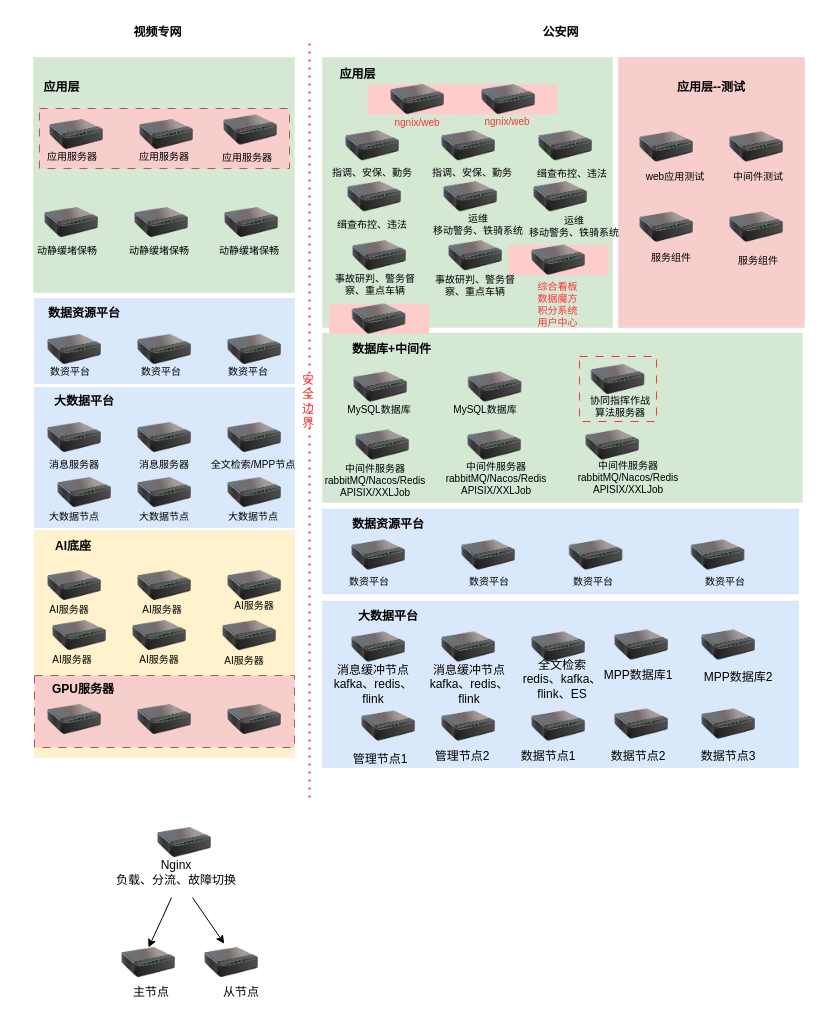
This is page "服务器规划" (1 of 5) of 20230326.drawio from bj-ehualu/drawio, a draw.io file, before an edit. Source tidied: cells renumbered, new cells numbered last; positions are measured from the earlier drawing's top-left corner, leaving out a move shared by most shapes. Both pictures are drawn from the tidied source at 100%, with x=0, y=0 at pixel (17, 17).
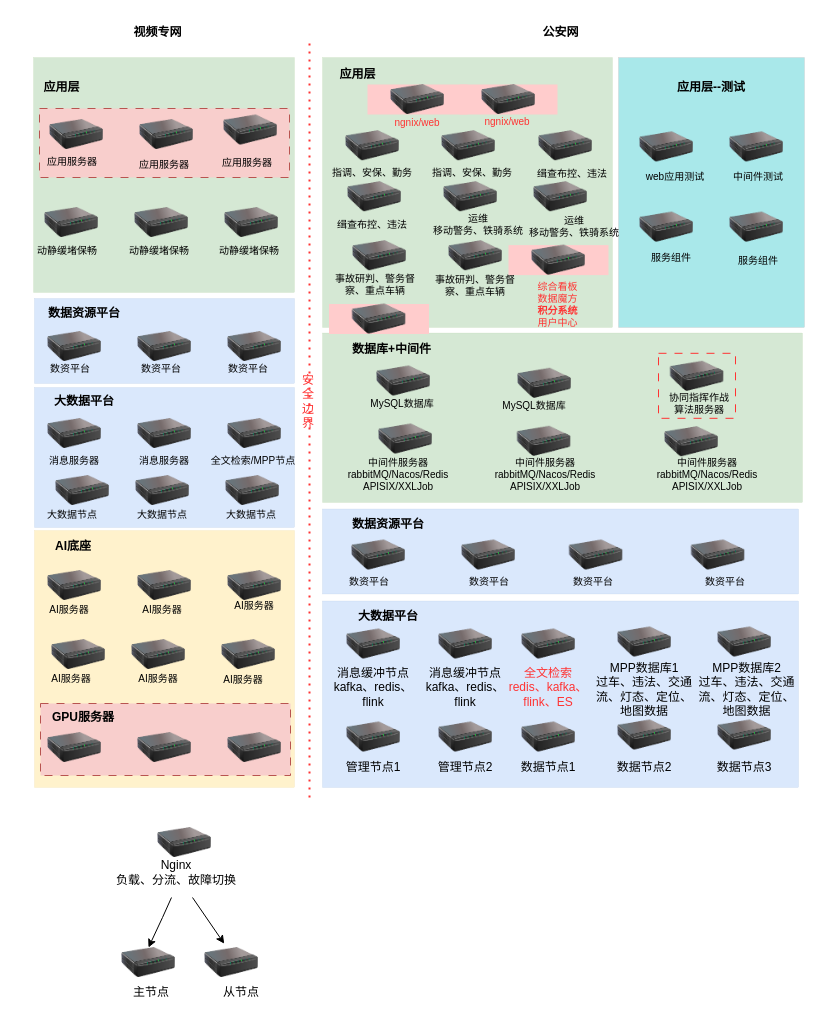
The same diagram, later.

What changed in the source:
```diff
@@
     <mxCell id="2" style="rounded=0;whiteSpace=wrap;html=1;fillColor=#fff2cc;strokeColor=#d6b656;strokeWidth=0;" parent="1" vertex="1">
-      <mxGeometry x="17" y="513" width="260" height="227" as="geometry" />
+      <mxGeometry x="17" y="513" width="260" height="257" as="geometry" />
     </mxCell>
@@
     <mxCell id="4" style="rounded=0;whiteSpace=wrap;html=1;dashed=1;dashPattern=8 8;strokeColor=#b85450;fillColor=#f8cecc;" parent="1" vertex="1">
-      <mxGeometry x="22" y="91" width="250" height="60" as="geometry" />
+      <mxGeometry x="22" y="91" width="250" height="69" as="geometry" />
     </mxCell>
     <mxCell id="5" style="rounded=0;whiteSpace=wrap;html=1;dashed=1;dashPattern=8 8;strokeColor=#b85450;fillColor=#f8cecc;" parent="1" vertex="1">
-      <mxGeometry x="17" y="658" width="260" height="72" as="geometry" />
+      <mxGeometry x="23" y="686" width="250" height="72" as="geometry" />
     </mxCell>
@@
     <mxCell id="9" style="image;html=1;image=img/lib/clip_art/networking/Print_Server_128x128.png;" parent="1" vertex="1">
-      <mxGeometry x="7" y="405" width="100" height="30" as="geometry" />
+      <mxGeometry x="7" y="401" width="100" height="30" as="geometry" />
     </mxCell>
     <mxCell id="10" style="image;html=1;image=img/lib/clip_art/networking/Print_Server_128x128.png;" parent="1" vertex="1">
-      <mxGeometry x="97" y="405" width="100" height="30" as="geometry" />
+      <mxGeometry x="97" y="401" width="100" height="30" as="geometry" />
     </mxCell>
     <mxCell id="11" style="image;html=1;image=img/lib/clip_art/networking/Print_Server_128x128.png;" parent="1" vertex="1">
-      <mxGeometry x="187" y="405" width="100" height="30" as="geometry" />
+      <mxGeometry x="187" y="401" width="100" height="30" as="geometry" />
     </mxCell>
     <mxCell id="12" style="image;html=1;image=img/lib/clip_art/networking/Print_Server_128x128.png;" parent="1" vertex="1">
-      <mxGeometry x="17" y="460" width="100" height="30" as="geometry" />
+      <mxGeometry x="15" y="458" width="100" height="30" as="geometry" />
     </mxCell>
     <mxCell id="13" style="image;html=1;image=img/lib/clip_art/networking/Print_Server_128x128.png;" parent="1" vertex="1">
-      <mxGeometry x="97" y="460" width="100" height="30" as="geometry" />
+      <mxGeometry x="95" y="458" width="100" height="30" as="geometry" />
     </mxCell>
     <mxCell id="14" style="image;html=1;image=img/lib/clip_art/networking/Print_Server_128x128.png;" parent="1" vertex="1">
-      <mxGeometry x="187" y="460" width="100" height="30" as="geometry" />
+      <mxGeometry x="185" y="458" width="100" height="30" as="geometry" />
     </mxCell>
@@
     <mxCell id="17" style="image;html=1;image=img/lib/clip_art/networking/Print_Server_128x128.png;" parent="1" vertex="1">
-      <mxGeometry x="7" y="317" width="100" height="30" as="geometry" />
+      <mxGeometry x="7" y="314" width="100" height="30" as="geometry" />
     </mxCell>
     <mxCell id="18" style="image;html=1;image=img/lib/clip_art/networking/Print_Server_128x128.png;" parent="1" vertex="1">
-      <mxGeometry x="97" y="317" width="100" height="30" as="geometry" />
+      <mxGeometry x="97" y="314" width="100" height="30" as="geometry" />
     </mxCell>
     <mxCell id="19" style="image;html=1;image=img/lib/clip_art/networking/Print_Server_128x128.png;" parent="1" vertex="1">
-      <mxGeometry x="187" y="317" width="100" height="30" as="geometry" />
+      <mxGeometry x="187" y="314" width="100" height="30" as="geometry" />
     </mxCell>
@@
     <mxCell id="24" style="image;html=1;image=img/lib/clip_art/networking/Print_Server_128x128.png;fillColor=#fff2cc;strokeColor=#d6b656;" parent="1" vertex="1">
-      <mxGeometry x="12" y="603" width="100" height="30" as="geometry" />
+      <mxGeometry x="11" y="622" width="100" height="30" as="geometry" />
     </mxCell>
     <mxCell id="25" style="image;html=1;image=img/lib/clip_art/networking/Print_Server_128x128.png;fillColor=#fff2cc;strokeColor=#d6b656;" parent="1" vertex="1">
-      <mxGeometry x="92" y="603" width="100" height="30" as="geometry" />
+      <mxGeometry x="91" y="622" width="100" height="30" as="geometry" />
     </mxCell>
     <mxCell id="26" style="image;html=1;image=img/lib/clip_art/networking/Print_Server_128x128.png;fillColor=#fff2cc;strokeColor=#d6b656;" parent="1" vertex="1">
-      <mxGeometry x="182" y="603" width="100" height="30" as="geometry" />
+      <mxGeometry x="181" y="622" width="100" height="30" as="geometry" />
     </mxCell>
@@
     <mxCell id="28" style="image;html=1;image=img/lib/clip_art/networking/Print_Server_128x128.png;fillColor=#fff2cc;strokeColor=#d6b656;" parent="1" vertex="1">
-      <mxGeometry x="7" y="687" width="100" height="30" as="geometry" />
+      <mxGeometry x="7" y="715" width="100" height="30" as="geometry" />
     </mxCell>
     <mxCell id="29" style="image;html=1;image=img/lib/clip_art/networking/Print_Server_128x128.png;fillColor=#fff2cc;strokeColor=#d6b656;" parent="1" vertex="1">
-      <mxGeometry x="97" y="687" width="100" height="30" as="geometry" />
+      <mxGeometry x="97" y="715" width="100" height="30" as="geometry" />
     </mxCell>
     <mxCell id="30" style="image;html=1;image=img/lib/clip_art/networking/Print_Server_128x128.png;fillColor=#fff2cc;strokeColor=#d6b656;" parent="1" vertex="1">
-      <mxGeometry x="187" y="687" width="100" height="30" as="geometry" />
+      <mxGeometry x="187" y="715" width="100" height="30" as="geometry" />
     </mxCell>
     <mxCell id="31" value="GPU服务器" style="text;html=1;align=center;verticalAlign=middle;whiteSpace=wrap;rounded=0;fillColor=none;strokeColor=none;strokeWidth=0;fontStyle=1;" parent="1" vertex="1">
-      <mxGeometry x="16" y="657" width="100" height="30" as="geometry" />
+      <mxGeometry x="16" y="685" width="100" height="30" as="geometry" />
     </mxCell>
     <mxCell id="32" style="rounded=0;whiteSpace=wrap;html=1;fillColor=#dae8fc;strokeColor=#6c8ebf;strokeWidth=0;" parent="1" vertex="1">
-      <mxGeometry x="305" y="583.5" width="476" height="166.5" as="geometry" />
+      <mxGeometry x="305" y="583.5" width="476" height="186.5" as="geometry" />
     </mxCell>
     <mxCell id="33" style="image;html=1;image=img/lib/clip_art/networking/Print_Server_128x128.png;" parent="1" vertex="1">
-      <mxGeometry x="311" y="614.5" width="100" height="30" as="geometry" />
+      <mxGeometry x="306" y="611.5" width="100" height="30" as="geometry" />
     </mxCell>
     <mxCell id="34" style="image;html=1;image=img/lib/clip_art/networking/Print_Server_128x128.png;" parent="1" vertex="1">
-      <mxGeometry x="401" y="614.5" width="100" height="30" as="geometry" />
+      <mxGeometry x="398" y="611.5" width="100" height="30" as="geometry" />
     </mxCell>
     <mxCell id="35" style="image;html=1;image=img/lib/clip_art/networking/Print_Server_128x128.png;" parent="1" vertex="1">
-      <mxGeometry x="491" y="614.5" width="100" height="30" as="geometry" />
+      <mxGeometry x="481" y="611.5" width="100" height="30" as="geometry" />
     </mxCell>
     <mxCell id="36" style="image;html=1;image=img/lib/clip_art/networking/Print_Server_128x128.png;" parent="1" vertex="1">
-      <mxGeometry x="321" y="693.5" width="100" height="30" as="geometry" />
+      <mxGeometry x="306" y="704.5" width="100" height="30" as="geometry" />
     </mxCell>
     <mxCell id="37" style="image;html=1;image=img/lib/clip_art/networking/Print_Server_128x128.png;" parent="1" vertex="1">
-      <mxGeometry x="401" y="693.5" width="100" height="30" as="geometry" />
+      <mxGeometry x="398" y="704.5" width="100" height="30" as="geometry" />
     </mxCell>
     <mxCell id="38" style="image;html=1;image=img/lib/clip_art/networking/Print_Server_128x128.png;" parent="1" vertex="1">
-      <mxGeometry x="491" y="693.5" width="100" height="30" as="geometry" />
+      <mxGeometry x="481" y="704.5" width="100" height="30" as="geometry" />
     </mxCell>
@@
     <mxCell id="40" style="image;html=1;image=img/lib/clip_art/networking/Print_Server_128x128.png;" parent="1" vertex="1">
-      <mxGeometry x="574" y="612.5" width="100" height="30" as="geometry" />
+      <mxGeometry x="577" y="609.5" width="100" height="30" as="geometry" />
     </mxCell>
     <mxCell id="41" style="image;html=1;image=img/lib/clip_art/networking/Print_Server_128x128.png;" parent="1" vertex="1">
-      <mxGeometry x="574" y="691.5" width="100" height="30" as="geometry" />
+      <mxGeometry x="577" y="702.5" width="100" height="30" as="geometry" />
     </mxCell>
     <mxCell id="42" style="image;html=1;image=img/lib/clip_art/networking/Print_Server_128x128.png;" parent="1" vertex="1">
-      <mxGeometry x="661" y="612.5" width="100" height="30" as="geometry" />
+      <mxGeometry x="677" y="609.5" width="100" height="30" as="geometry" />
     </mxCell>
     <mxCell id="43" style="image;html=1;image=img/lib/clip_art/networking/Print_Server_128x128.png;" parent="1" vertex="1">
-      <mxGeometry x="661" y="691.5" width="100" height="30" as="geometry" />
+      <mxGeometry x="677" y="702.5" width="100" height="30" as="geometry" />
     </mxCell>
@@
     <mxCell id="48" value="大数据节点" style="text;html=1;align=center;verticalAlign=middle;whiteSpace=wrap;rounded=0;fontSize=10;" parent="1" vertex="1">
-      <mxGeometry x="7" y="484" width="100" height="30" as="geometry" />
+      <mxGeometry x="5" y="482" width="100" height="30" as="geometry" />
     </mxCell>
     <mxCell id="49" value="大数据节点" style="text;html=1;align=center;verticalAlign=middle;whiteSpace=wrap;rounded=0;fontSize=10;" parent="1" vertex="1">
-      <mxGeometry x="97" y="484" width="100" height="30" as="geometry" />
+      <mxGeometry x="95" y="482" width="100" height="30" as="geometry" />
     </mxCell>
     <mxCell id="50" value="大数据节点" style="text;html=1;align=center;verticalAlign=middle;whiteSpace=wrap;rounded=0;fontSize=10;" parent="1" vertex="1">
-      <mxGeometry x="186" y="484" width="100" height="30" as="geometry" />
+      <mxGeometry x="184" y="482" width="100" height="30" as="geometry" />
     </mxCell>
     <mxCell id="51" value="消息服务器" style="text;html=1;align=center;verticalAlign=middle;whiteSpace=wrap;rounded=0;fontSize=10;" parent="1" vertex="1">
-      <mxGeometry x="97" y="432" width="100" height="30" as="geometry" />
+      <mxGeometry x="97" y="428" width="100" height="30" as="geometry" />
     </mxCell>
     <mxCell id="52" value="全文检索/MPP节点" style="text;html=1;align=center;verticalAlign=middle;whiteSpace=wrap;rounded=0;fontSize=10;" parent="1" vertex="1">
-      <mxGeometry x="186" y="432" width="100" height="30" as="geometry" />
+      <mxGeometry x="186" y="428" width="100" height="30" as="geometry" />
     </mxCell>
     <mxCell id="53" value="消息服务器" style="text;html=1;align=center;verticalAlign=middle;whiteSpace=wrap;rounded=0;fontSize=10;" parent="1" vertex="1">
-      <mxGeometry x="7" y="432" width="100" height="30" as="geometry" />
+      <mxGeometry x="7" y="428" width="100" height="30" as="geometry" />
     </mxCell>
     <mxCell id="54" value="数资平台" style="text;html=1;align=center;verticalAlign=middle;whiteSpace=wrap;rounded=0;fontSize=10;" parent="1" vertex="1">
-      <mxGeometry x="3" y="339" width="100" height="30" as="geometry" />
+      <mxGeometry x="3" y="336" width="100" height="30" as="geometry" />
     </mxCell>
     <mxCell id="55" value="数资平台" style="text;html=1;align=center;verticalAlign=middle;whiteSpace=wrap;rounded=0;fontSize=10;" parent="1" vertex="1">
-      <mxGeometry x="94" y="339" width="100" height="30" as="geometry" />
+      <mxGeometry x="94" y="336" width="100" height="30" as="geometry" />
     </mxCell>
     <mxCell id="56" value="数资平台" style="text;html=1;align=center;verticalAlign=middle;whiteSpace=wrap;rounded=0;fontSize=10;" parent="1" vertex="1">
-      <mxGeometry x="181" y="339" width="100" height="30" as="geometry" />
+      <mxGeometry x="181" y="336" width="100" height="30" as="geometry" />
     </mxCell>
@@
     <mxCell id="64" value="消息缓冲节点&lt;div&gt;kafka、redis、&lt;/div&gt;&lt;div&gt;flink&lt;/div&gt;" style="text;html=1;align=center;verticalAlign=middle;whiteSpace=wrap;rounded=0;" parent="1" vertex="1">
-      <mxGeometry x="299" y="651.8" width="114" height="30" as="geometry" />
+      <mxGeometry x="299" y="649.5" width="114" height="40.5" as="geometry" />
     </mxCell>
     <mxCell id="65" value="管理节点1" style="text;html=1;align=center;verticalAlign=middle;whiteSpace=wrap;rounded=0;" parent="1" vertex="1">
-      <mxGeometry x="313" y="726.5" width="100" height="30" as="geometry" />
+      <mxGeometry x="306" y="734.5" width="100" height="30" as="geometry" />
     </mxCell>
     <mxCell id="66" value="管理节点2" style="text;html=1;align=center;verticalAlign=middle;whiteSpace=wrap;rounded=0;" parent="1" vertex="1">
-      <mxGeometry x="395" y="723.5" width="100" height="30" as="geometry" />
+      <mxGeometry x="398" y="734.5" width="100" height="30" as="geometry" />
     </mxCell>
     <mxCell id="67" value="数据节点1" style="text;html=1;align=center;verticalAlign=middle;whiteSpace=wrap;rounded=0;" parent="1" vertex="1">
-      <mxGeometry x="481" y="723.5" width="100" height="30" as="geometry" />
+      <mxGeometry x="481" y="734.5" width="100" height="30" as="geometry" />
     </mxCell>
     <mxCell id="68" value="数据节点2" style="text;html=1;align=center;verticalAlign=middle;whiteSpace=wrap;rounded=0;" parent="1" vertex="1">
-      <mxGeometry x="571" y="723.5" width="100" height="30" as="geometry" />
+      <mxGeometry x="577" y="734.5" width="100" height="30" as="geometry" />
     </mxCell>
     <mxCell id="69" value="数据节点3" style="text;html=1;align=center;verticalAlign=middle;whiteSpace=wrap;rounded=0;" parent="1" vertex="1">
-      <mxGeometry x="661" y="723.5" width="100" height="30" as="geometry" />
+      <mxGeometry x="677" y="734.5" width="100" height="30" as="geometry" />
     </mxCell>
-    <mxCell id="70" value="全文检索&lt;div&gt;redis、kafka、flink、ES&lt;/div&gt;" style="text;html=1;align=center;verticalAlign=middle;whiteSpace=wrap;rounded=0;" parent="1" vertex="1">
-      <mxGeometry x="495" y="646.8" width="100" height="30" as="geometry" />
+    <mxCell id="70" value="全文检索&lt;div&gt;redis、kafka、flink、ES&lt;/div&gt;" style="text;html=1;align=center;verticalAlign=middle;whiteSpace=wrap;rounded=0;fontColor=#FF3333;" parent="1" vertex="1">
+      <mxGeometry x="481" y="649.5" width="100" height="40.5" as="geometry" />
     </mxCell>
-    <mxCell id="71" value="MPP数据库1" style="text;html=1;align=center;verticalAlign=middle;whiteSpace=wrap;rounded=0;" parent="1" vertex="1">
-      <mxGeometry x="571" y="642.5" width="100" height="30" as="geometry" />
+    <mxCell id="71" value="MPP数据库1&lt;div&gt;过车、违法、交通流、灯态、定位、地图数据&lt;/div&gt;" style="text;html=1;align=center;verticalAlign=middle;whiteSpace=wrap;rounded=0;" parent="1" vertex="1">
+      <mxGeometry x="577" y="646.5" width="100" height="51.2" as="geometry" />
     </mxCell>
@@
-    <mxCell id="86" style="rounded=0;whiteSpace=wrap;html=1;fillColor=#f8cecc;strokeColor=#b85450;strokeWidth=0;" parent="1" vertex="1">
+    <mxCell id="86" style="rounded=0;whiteSpace=wrap;html=1;fillColor=#a9e8ea;strokeColor=#b85450;strokeWidth=0;" parent="1" vertex="1">
       <mxGeometry x="601" y="40" width="186" height="270" as="geometry" />
     </mxCell>
@@
     <mxCell id="94" style="image;html=1;image=img/lib/clip_art/networking/Print_Server_128x128.png;fillColor=#d5e8d4;strokeColor=#82b366;" parent="1" vertex="1">
-      <mxGeometry x="313" y="354.5" width="100" height="30" as="geometry" />
+      <mxGeometry x="336" y="348.5" width="100" height="30" as="geometry" />
     </mxCell>
     <mxCell id="95" style="image;html=1;image=img/lib/clip_art/networking/Print_Server_128x128.png;fillColor=#d5e8d4;strokeColor=#82b366;" parent="1" vertex="1">
-      <mxGeometry x="427.5" y="354.5" width="100" height="30" as="geometry" />
+      <mxGeometry x="477" y="350.8" width="100" height="30" as="geometry" />
     </mxCell>
@@
     <mxCell id="97" style="image;html=1;image=img/lib/clip_art/networking/Print_Server_128x128.png;fillColor=#d5e8d4;strokeColor=#82b366;verticalAlign=middle;" parent="1" vertex="1">
-      <mxGeometry x="315" y="412.5" width="100" height="30" as="geometry" />
+      <mxGeometry x="338" y="406.5" width="100" height="30" as="geometry" />
     </mxCell>
     <mxCell id="98" style="image;html=1;image=img/lib/clip_art/networking/Print_Server_128x128.png;fillColor=#d5e8d4;strokeColor=#82b366;verticalAlign=middle;" parent="1" vertex="1">
-      <mxGeometry x="427" y="412.5" width="100" height="30" as="geometry" />
+      <mxGeometry x="476.5" y="408.8" width="100" height="30" as="geometry" />
     </mxCell>
     <mxCell id="99" style="image;html=1;image=img/lib/clip_art/networking/Print_Server_128x128.png;fillColor=#d5e8d4;strokeColor=#82b366;verticalAlign=middle;" parent="1" vertex="1">
-      <mxGeometry x="545" y="412.5" width="100" height="30" as="geometry" />
+      <mxGeometry x="624" y="409.2" width="100" height="30" as="geometry" />
     </mxCell>
     <mxCell id="100" value="MySQL数据库" style="text;html=1;align=center;verticalAlign=middle;whiteSpace=wrap;rounded=0;fontSize=10;" parent="1" vertex="1">
-      <mxGeometry x="312" y="376.5" width="100" height="30" as="geometry" />
+      <mxGeometry x="335" y="370.5" width="100" height="30" as="geometry" />
     </mxCell>
     <mxCell id="101" value="MySQL数据库" style="text;html=1;align=center;verticalAlign=middle;whiteSpace=wrap;rounded=0;fontSize=10;" parent="1" vertex="1">
-      <mxGeometry x="417.5" y="376.5" width="100" height="30" as="geometry" />
+      <mxGeometry x="467" y="372.8" width="100" height="30" as="geometry" />
     </mxCell>
     <mxCell id="102" value="中间件服务器&lt;div&gt;rabbitMQ/Nacos/Redis&lt;/div&gt;&lt;div&gt;APISIX/XXLJob&lt;/div&gt;&lt;div&gt;&lt;br&gt;&lt;/div&gt;" style="text;html=1;align=center;verticalAlign=middle;whiteSpace=wrap;rounded=0;fontSize=10;" parent="1" vertex="1">
-      <mxGeometry x="308" y="448.8" width="100" height="40.5" as="geometry" />
+      <mxGeometry x="331" y="442.8" width="100" height="40.5" as="geometry" />
     </mxCell>
@@
     <mxCell id="105" value="应用服务器" style="text;html=1;align=center;verticalAlign=middle;whiteSpace=wrap;rounded=0;fontSize=10;fillColor=none;strokeColor=none;" parent="1" vertex="1">
-      <mxGeometry x="97" y="124" width="100" height="30" as="geometry" />
+      <mxGeometry x="97" y="132" width="100" height="30" as="geometry" />
     </mxCell>
     <mxCell id="106" value="应用服务器" style="text;html=1;align=center;verticalAlign=middle;whiteSpace=wrap;rounded=0;fontSize=10;fillColor=none;strokeColor=none;" parent="1" vertex="1">
-      <mxGeometry x="180" y="124" width="100" height="32" as="geometry" />
+      <mxGeometry x="180" y="129" width="100" height="32" as="geometry" />
     </mxCell>
@@
     <mxCell id="108" value="应用服务器" style="text;html=1;align=center;verticalAlign=middle;whiteSpace=wrap;rounded=0;fontSize=10;fillColor=none;strokeColor=none;" parent="1" vertex="1">
-      <mxGeometry x="5" y="124" width="100" height="30" as="geometry" />
+      <mxGeometry x="5" y="129" width="100" height="30" as="geometry" />
     </mxCell>
@@
     <mxCell id="111" value="协同指挥作战&lt;div&gt;算法服务器&lt;/div&gt;" style="text;html=1;align=center;verticalAlign=middle;whiteSpace=wrap;rounded=0;fontSize=10;" parent="1" vertex="1">
-      <mxGeometry x="552.5" y="374" width="100" height="30" as="geometry" />
+      <mxGeometry x="631.5" y="370.8" width="100" height="30" as="geometry" />
     </mxCell>
     <mxCell id="112" style="rounded=0;whiteSpace=wrap;html=1;dashed=1;dashPattern=8 8;strokeColor=#FF3333;fillColor=none;" parent="1" vertex="1">
-      <mxGeometry x="562" y="339" width="77" height="65" as="geometry" />
+      <mxGeometry x="641" y="335.8" width="77" height="65" as="geometry" />
     </mxCell>
     <mxCell id="113" style="image;html=1;image=img/lib/clip_art/networking/Print_Server_128x128.png;fillColor=#d5e8d4;strokeColor=#82b366;" parent="1" vertex="1">
-      <mxGeometry x="550.5" y="347" width="100" height="30" as="geometry" />
+      <mxGeometry x="629.5" y="343.8" width="100" height="30" as="geometry" />
     </mxCell>
@@
-    <mxCell id="126" value="&lt;div&gt;&lt;span style=&quot;background-color: initial;&quot;&gt;综合看板&lt;/span&gt;&lt;br&gt;&lt;/div&gt;&lt;div&gt;数据魔方&lt;/div&gt;&lt;div&gt;积分系统&lt;/div&gt;&lt;div&gt;用户中心&lt;/div&gt;" style="text;html=1;align=center;verticalAlign=middle;whiteSpace=wrap;rounded=0;fontSize=10;fontColor=#FF3333;" parent="1" vertex="1">
+    <mxCell id="126" value="&lt;div&gt;&lt;span style=&quot;background-color: initial;&quot;&gt;综合看板&lt;/span&gt;&lt;br&gt;&lt;/div&gt;&lt;div&gt;数据魔方&lt;/div&gt;&lt;div&gt;&lt;b&gt;积分系统&lt;/b&gt;&lt;/div&gt;&lt;div&gt;用户中心&lt;/div&gt;" style="text;html=1;align=center;verticalAlign=middle;whiteSpace=wrap;rounded=0;fontSize=10;fontColor=#FF3333;" parent="1" vertex="1">
       <mxGeometry x="484" y="250" width="113" height="73" as="geometry" />
     </mxCell>
     <mxCell id="127" value="中间件服务器&lt;div&gt;rabbitMQ/Nacos/Redis&lt;/div&gt;&lt;div&gt;APISIX/XXLJob&lt;/div&gt;&lt;div&gt;&lt;br&gt;&lt;/div&gt;" style="text;html=1;align=center;verticalAlign=middle;whiteSpace=wrap;rounded=0;fontSize=10;" parent="1" vertex="1">
-      <mxGeometry x="428.5" y="446.5" width="100" height="40.5" as="geometry" />
+      <mxGeometry x="478" y="442.8" width="100" height="40.5" as="geometry" />
     </mxCell>
     <mxCell id="128" value="中间件服务器&lt;div&gt;rabbitMQ/Nacos/Redis&lt;/div&gt;&lt;div&gt;APISIX/XXLJob&lt;/div&gt;&lt;div&gt;&lt;br&gt;&lt;/div&gt;" style="text;html=1;align=center;verticalAlign=middle;whiteSpace=wrap;rounded=0;fontSize=10;" parent="1" vertex="1">
-      <mxGeometry x="561" y="446" width="100" height="40.5" as="geometry" />
+      <mxGeometry x="640" y="442.8" width="100" height="40.5" as="geometry" />
     </mxCell>
@@
     <mxCell id="145" value="AI服务器" style="text;html=1;align=center;verticalAlign=middle;whiteSpace=wrap;rounded=0;fontSize=10;" parent="1" vertex="1">
-      <mxGeometry x="192" y="628" width="70" height="30" as="geometry" />
+      <mxGeometry x="191" y="647" width="70" height="30" as="geometry" />
     </mxCell>
     <mxCell id="146" value="AI服务器" style="text;html=1;align=center;verticalAlign=middle;whiteSpace=wrap;rounded=0;fontSize=10;" parent="1" vertex="1">
-      <mxGeometry x="107" y="627" width="70" height="30" as="geometry" />
+      <mxGeometry x="106" y="646" width="70" height="30" as="geometry" />
     </mxCell>
     <mxCell id="147" value="AI服务器" style="text;html=1;align=center;verticalAlign=middle;whiteSpace=wrap;rounded=0;fontSize=10;" parent="1" vertex="1">
-      <mxGeometry x="20" y="627" width="70" height="30" as="geometry" />
+      <mxGeometry x="19" y="646" width="70" height="30" as="geometry" />
     </mxCell>
@@
     <mxCell id="150" value="消息缓冲节点&lt;div&gt;kafka、redis、&lt;/div&gt;&lt;div&gt;flink&lt;/div&gt;" style="text;html=1;align=center;verticalAlign=middle;whiteSpace=wrap;rounded=0;" parent="1" vertex="1">
-      <mxGeometry x="395" y="651.8" width="114" height="30" as="geometry" />
+      <mxGeometry x="391" y="649.5" width="114" height="40.5" as="geometry" />
     </mxCell>
-    <mxCell id="151" value="MPP数据库2" style="text;html=1;align=center;verticalAlign=middle;whiteSpace=wrap;rounded=0;" parent="1" vertex="1">
-      <mxGeometry x="671" y="644.5" width="100" height="30" as="geometry" />
-    </mxCell>
+    <mxCell id="152" value="MPP数据库2&lt;div&gt;过车、违法、交通流、灯态、定位、地图数据&lt;/div&gt;" style="text;html=1;align=center;verticalAlign=middle;whiteSpace=wrap;rounded=0;" parent="1" vertex="1">
+      <mxGeometry x="677" y="646.5" width="105" height="51.2" as="geometry" />
+    </mxCell>
```
